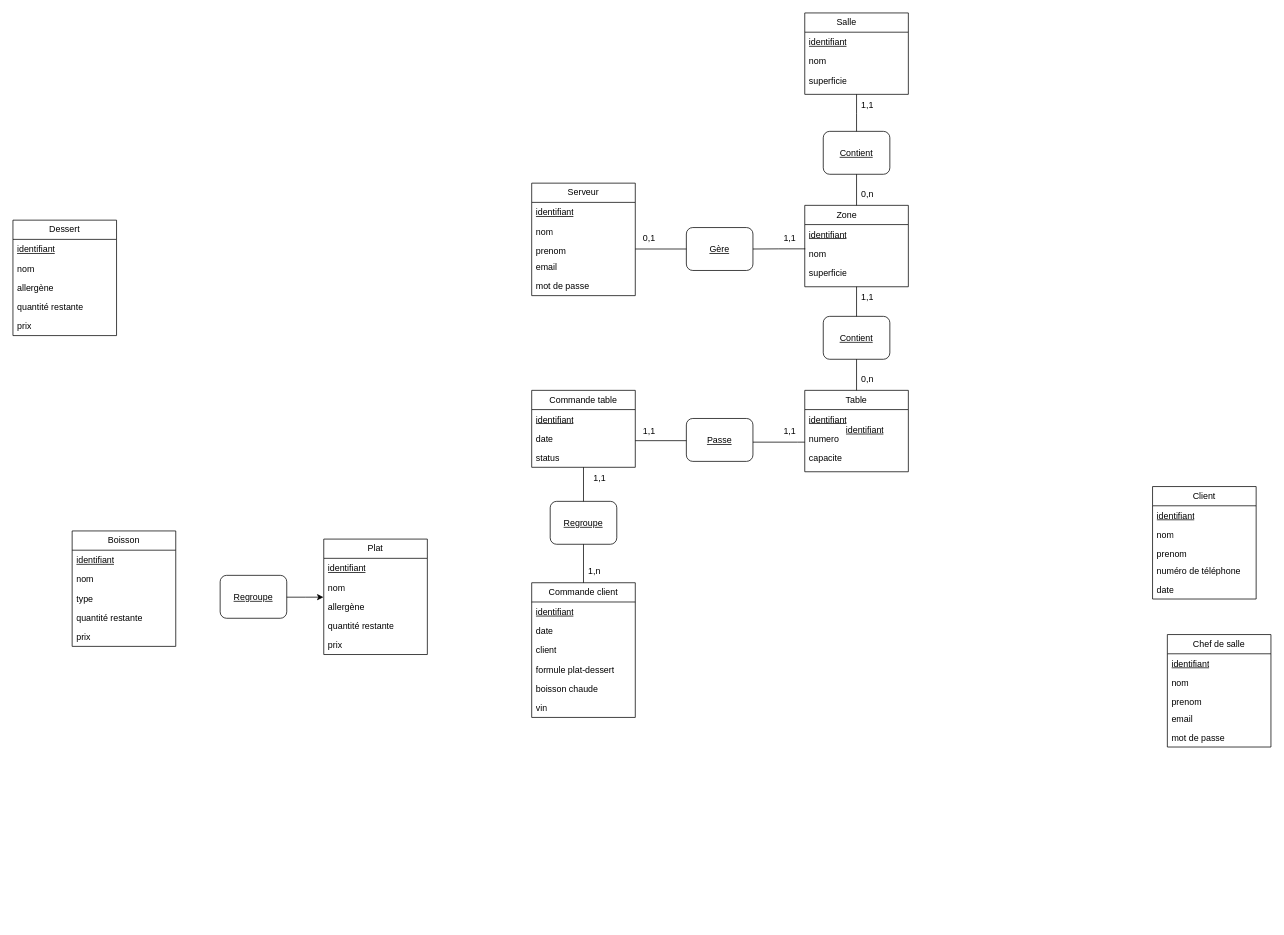
Above: mcd.drawio in yassine-re/architechture-logicielle-restaurant (draw.io), before the change. Source tidied: cells renumbered, new cells numbered last; positions are measured from the earlier drawing's top-left corner, leaving out a move shared by most shapes. Both pictures are drawn from the tidied source at 74%, with x=0, y=0 at pixel (13, 13).
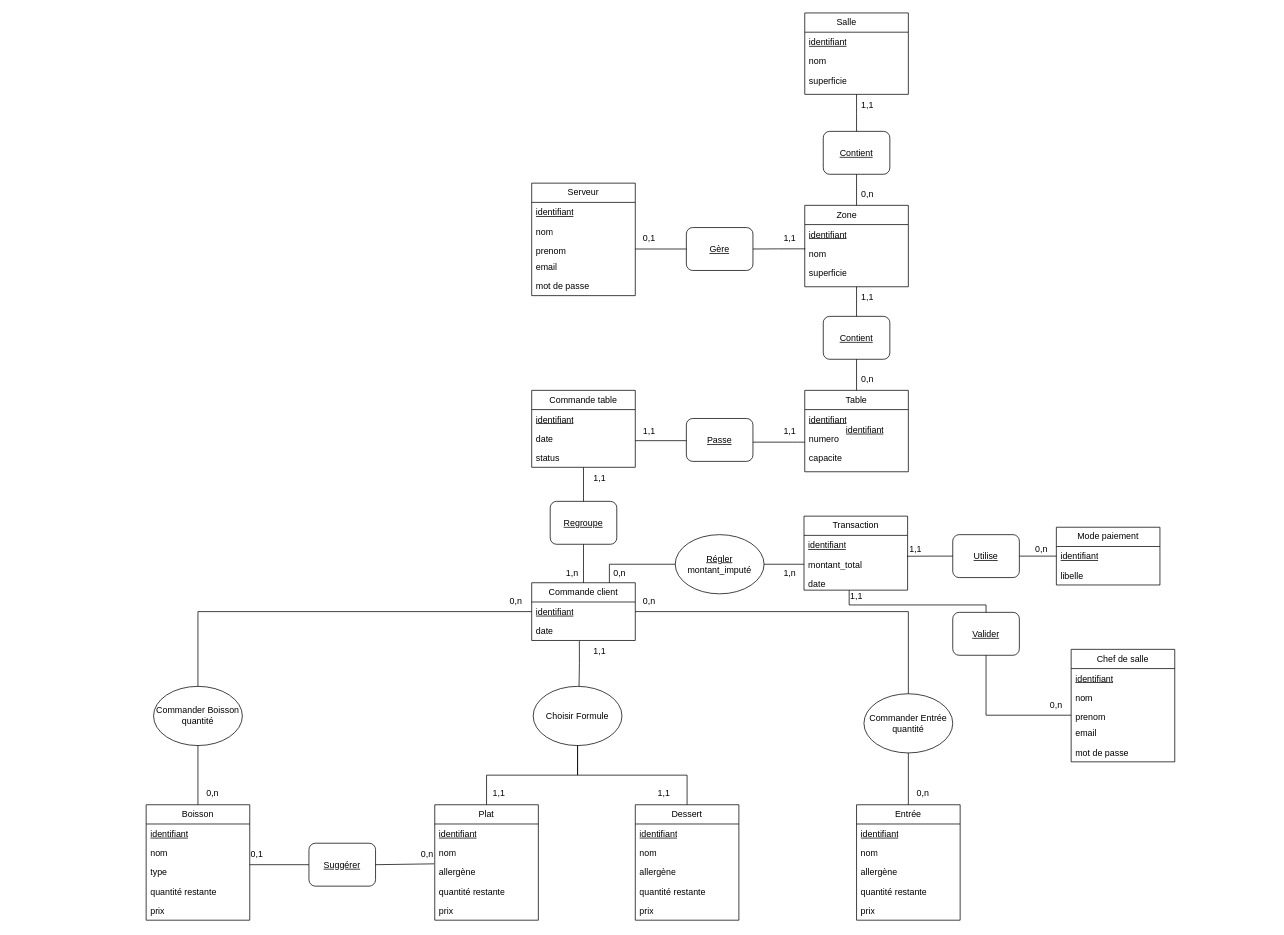
The same page after the edit.

Commit message:
Mettre à jour mcd.drawio

Unchanged cells that the change refers to:
```xml
<mxCell id="23" value="prenom" style="text;strokeColor=none;fillColor=none;align=left;verticalAlign=top;spacingLeft=4;spacingRight=4;overflow=hidden;points=[[0,0.5],[1,0.5]];portConstraint=eastwest;whiteSpace=wrap;html=1;" parent="20" vertex="1">
  <mxGeometry y="78" width="140" height="22" as="geometry" />
</mxCell>
<mxCell id="34" value="&lt;u&gt;identifiant&lt;/u&gt;" style="text;strokeColor=none;fillColor=none;align=left;verticalAlign=top;spacingLeft=4;spacingRight=4;overflow=hidden;points=[[0,0.5],[1,0.5]];portConstraint=eastwest;whiteSpace=wrap;html=1;" parent="33" vertex="1">
  <mxGeometry y="26" width="140" height="26" as="geometry" />
</mxCell>
<mxCell id="35" value="date" style="text;strokeColor=none;fillColor=none;align=left;verticalAlign=top;spacingLeft=4;spacingRight=4;overflow=hidden;points=[[0,0.5],[1,0.5]];portConstraint=eastwest;whiteSpace=wrap;html=1;" parent="33" vertex="1">
  <mxGeometry y="52" width="140" height="26" as="geometry" />
</mxCell>
<mxCell id="47" value="allergène" style="text;strokeColor=none;fillColor=none;align=left;verticalAlign=top;spacingLeft=4;spacingRight=4;overflow=hidden;points=[[0,0.5],[1,0.5]];portConstraint=eastwest;whiteSpace=wrap;html=1;" parent="44" vertex="1">
  <mxGeometry y="78" width="140" height="26" as="geometry" />
</mxCell>
<mxCell id="84" value="type" style="text;strokeColor=none;fillColor=none;align=left;verticalAlign=top;spacingLeft=4;spacingRight=4;overflow=hidden;points=[[0,0.5],[1,0.5]];portConstraint=eastwest;whiteSpace=wrap;html=1;" parent="81" vertex="1">
  <mxGeometry y="78" width="140" height="26" as="geometry" />
</mxCell>
```

Change to the diagram source:
```diff
@@
     <mxCell id="20" value="Chef de salle" style="swimlane;fontStyle=0;horizontal=1;startSize=26;fillColor=none;whiteSpace=wrap;html=1;" parent="1" vertex="1">
-      <mxGeometry x="1560" y="840" width="140" height="152" as="geometry" />
+      <mxGeometry x="1430" y="860" width="140" height="152" as="geometry" />
     </mxCell>
@@
-    <mxCell id="26" value="Client" style="swimlane;fontStyle=0;horizontal=1;startSize=26;fillColor=none;whiteSpace=wrap;html=1;" parent="1" vertex="1">
-      <mxGeometry x="1540" y="640" width="140" height="152" as="geometry" />
+    <mxCell id="26" value="Transaction" style="swimlane;fontStyle=0;horizontal=1;startSize=26;fillColor=none;whiteSpace=wrap;html=1;" parent="1" vertex="1">
+      <mxGeometry x="1069" y="680" width="140" height="100" as="geometry" />
     </mxCell>
@@
-    <mxCell id="28" value="nom" style="text;strokeColor=none;fillColor=none;align=left;verticalAlign=top;spacingLeft=4;spacingRight=4;overflow=hidden;points=[[0,0.5],[1,0.5]];portConstraint=eastwest;whiteSpace=wrap;html=1;" parent="26" vertex="1">
+    <mxCell id="28" value="montant_total" style="text;strokeColor=none;fillColor=none;align=left;verticalAlign=top;spacingLeft=4;spacingRight=4;overflow=hidden;points=[[0,0.5],[1,0.5]];portConstraint=eastwest;whiteSpace=wrap;html=1;" parent="26" vertex="1">
       <mxGeometry y="52" width="140" height="26" as="geometry" />
     </mxCell>
-    <mxCell id="29" value="prenom" style="text;strokeColor=none;fillColor=none;align=left;verticalAlign=top;spacingLeft=4;spacingRight=4;overflow=hidden;points=[[0,0.5],[1,0.5]];portConstraint=eastwest;whiteSpace=wrap;html=1;" parent="26" vertex="1">
+    <mxCell id="29" value="date" style="text;strokeColor=none;fillColor=none;align=left;verticalAlign=top;spacingLeft=4;spacingRight=4;overflow=hidden;points=[[0,0.5],[1,0.5]];portConstraint=eastwest;whiteSpace=wrap;html=1;" parent="26" vertex="1">
       <mxGeometry y="78" width="140" height="22" as="geometry" />
     </mxCell>
-    <mxCell id="30" value="numéro de téléphone" style="text;strokeColor=none;fillColor=none;align=left;verticalAlign=top;spacingLeft=4;spacingRight=4;overflow=hidden;whiteSpace=wrap;html=1;" parent="26" vertex="1">
-      <mxGeometry y="100" width="140" height="26" as="geometry" />
-    </mxCell>
-    <mxCell id="31" value="date" style="text;strokeColor=none;fillColor=none;align=left;verticalAlign=top;spacingLeft=4;spacingRight=4;overflow=hidden;whiteSpace=wrap;html=1;" parent="26" vertex="1">
-      <mxGeometry y="126" width="140" height="26" as="geometry" />
-    </mxCell>
@@
     <mxCell id="33" value="Commande client" style="swimlane;fontStyle=0;horizontal=1;startSize=26;fillColor=none;whiteSpace=wrap;html=1;" parent="1" vertex="1">
-      <mxGeometry x="701" y="770" width="140" height="182" as="geometry" />
+      <mxGeometry x="701" y="770" width="140" height="78" as="geometry" />
     </mxCell>
@@
-    <mxCell id="36" value="client" style="text;strokeColor=none;fillColor=none;align=left;verticalAlign=top;spacingLeft=4;spacingRight=4;overflow=hidden;whiteSpace=wrap;html=1;" parent="33" vertex="1">
-      <mxGeometry y="78" width="140" height="26" as="geometry" />
-    </mxCell>
-    <mxCell id="37" value="formule plat-dessert" style="text;strokeColor=none;fillColor=none;align=left;verticalAlign=top;spacingLeft=4;spacingRight=4;overflow=hidden;whiteSpace=wrap;html=1;" parent="33" vertex="1">
-      <mxGeometry y="104" width="140" height="26" as="geometry" />
-    </mxCell>
-    <mxCell id="38" value="boisson chaude" style="text;strokeColor=none;fillColor=none;align=left;verticalAlign=top;spacingLeft=4;spacingRight=4;overflow=hidden;whiteSpace=wrap;html=1;" parent="33" vertex="1">
-      <mxGeometry y="130" width="140" height="26" as="geometry" />
-    </mxCell>
-    <mxCell id="39" value="vin" style="text;strokeColor=none;fillColor=none;align=left;verticalAlign=top;spacingLeft=4;spacingRight=4;overflow=hidden;whiteSpace=wrap;html=1;" parent="33" vertex="1">
-      <mxGeometry y="156" width="140" height="26" as="geometry" />
-    </mxCell>
@@
     <mxCell id="44" value="Plat" style="swimlane;fontStyle=0;horizontal=1;startSize=26;fillColor=none;whiteSpace=wrap;html=1;" parent="1" vertex="1">
-      <mxGeometry x="420" y="711" width="140" height="156" as="geometry" />
+      <mxGeometry x="570" y="1070" width="140" height="156" as="geometry" />
     </mxCell>
@@
     <mxCell id="50" value="Dessert" style="swimlane;fontStyle=0;horizontal=1;startSize=26;fillColor=none;whiteSpace=wrap;html=1;" parent="1" vertex="1">
-      <mxGeometry y="280" width="140" height="156" as="geometry" />
+      <mxGeometry x="841" y="1070" width="140" height="156" as="geometry" />
     </mxCell>
@@
     <mxCell id="78" value="1,n" style="text;html=1;whiteSpace=wrap;strokeColor=none;fillColor=none;align=center;verticalAlign=middle;rounded=0;" parent="1" vertex="1">
-      <mxGeometry x="756" y="740" width="60" height="30" as="geometry" />
+      <mxGeometry x="726" y="742" width="60" height="30" as="geometry" />
     </mxCell>
@@
+    <mxCell id="89" style="edgeStyle=orthogonalEdgeStyle;rounded=0;jettySize=auto;html=1;entryX=0.5;entryY=1;entryDx=0;entryDy=0;endArrow=none;endFill=0;" parent="1" edge="1" source="81" target="110">
+      <mxGeometry relative="1" as="geometry" />
+    </mxCell>
     <mxCell id="81" value="Boisson" style="swimlane;fontStyle=0;horizontal=1;startSize=26;fillColor=none;whiteSpace=wrap;html=1;" parent="1" vertex="1">
-      <mxGeometry x="80" y="700" width="140" height="156" as="geometry" />
+      <mxGeometry x="180" y="1070" width="140" height="156" as="geometry" />
     </mxCell>
@@
+    <mxCell id="88" value="&lt;div style=&quot;line-height: 0%;&quot;&gt;&lt;font&gt;&lt;u style=&quot;line-height: 200%;&quot;&gt;Suggérer&lt;/u&gt;&lt;/font&gt;&lt;/div&gt;" style="rounded=1;whiteSpace=wrap;html=1;fillColor=none;align=center;" parent="1" vertex="1">
+      <mxGeometry x="400" y="1122" width="90" height="58" as="geometry" />
+    </mxCell>
+    <mxCell id="90" style="edgeStyle=orthogonalEdgeStyle;rounded=0;jettySize=auto;html=1;entryX=0;entryY=0.5;entryDx=0;entryDy=0;endArrow=none;endFill=0;" parent="1" edge="1" source="84" target="88">
+      <mxGeometry relative="1" as="geometry">
+        <Array as="points">
+          <mxPoint x="400" y="1150" />
+        </Array>
+      </mxGeometry>
+    </mxCell>
+    <mxCell id="91" value="0,1" style="text;html=1;whiteSpace=wrap;strokeColor=none;fillColor=none;align=center;verticalAlign=middle;rounded=0;" parent="1" vertex="1">
+      <mxGeometry x="300" y="1122" width="60" height="30" as="geometry" />
+    </mxCell>
+    <mxCell id="92" value="0,n" style="text;html=1;whiteSpace=wrap;strokeColor=none;fillColor=none;align=center;verticalAlign=middle;rounded=0;" parent="1" vertex="1">
+      <mxGeometry x="530" y="1122" width="60" height="30" as="geometry" />
+    </mxCell>
+    <mxCell id="93" style="edgeStyle=orthogonalEdgeStyle;rounded=0;jettySize=auto;html=1;entryX=0.46;entryY=1.031;entryDx=0;entryDy=0;entryPerimeter=0;endArrow=none;endFill=0;" parent="1" edge="1" target="35">
+      <mxGeometry relative="1" as="geometry">
+        <mxPoint x="765" y="910" as="sourcePoint" />
+      </mxGeometry>
+    </mxCell>
-    <mxCell id="87" style="edgeStyle=orthogonalEdgeStyle;rounded=0;jettySize=auto;html=1;entryX=-0.003;entryY=0.018;entryDx=0;entryDy=0;entryPerimeter=0;" parent="1" edge="1" source="88" target="47">
-      <mxGeometry relative="1" as="geometry">
-        <Array as="points">
-          <mxPoint x="395" y="789" />
-        </Array>
-      </mxGeometry>
+    <mxCell id="87" style="edgeStyle=none;jettySize=auto;html=1;rounded=0;exitX=1;exitY=0.5;exitDx=0;exitDy=0;entryX=-0.005;entryY=0.071;entryDx=0;entryDy=0;entryPerimeter=0;endArrow=none;endFill=0;" parent="1" edge="1" source="88" target="47">
+      <mxGeometry relative="1" as="geometry" />
     </mxCell>
-    <mxCell id="88" value="&lt;div style=&quot;line-height: 0%;&quot;&gt;&lt;font&gt;&lt;u style=&quot;line-height: 200%;&quot;&gt;Regroupe&lt;/u&gt;&lt;/font&gt;&lt;/div&gt;" style="rounded=1;whiteSpace=wrap;html=1;fillColor=none;align=center;" parent="1" vertex="1">
-      <mxGeometry x="280" y="760" width="90" height="58" as="geometry" />
-    </mxCell>
+    <mxCell id="94" value="1,1" style="text;html=1;whiteSpace=wrap;strokeColor=none;fillColor=none;align=center;verticalAlign=middle;rounded=0;" parent="1" vertex="1">
+      <mxGeometry x="627" y="1040" width="60" height="30" as="geometry" />
+    </mxCell>
+    <mxCell id="95" value="1,1" style="text;html=1;whiteSpace=wrap;strokeColor=none;fillColor=none;align=center;verticalAlign=middle;rounded=0;" parent="1" vertex="1">
+      <mxGeometry x="850" y="1040" width="60" height="30" as="geometry" />
+    </mxCell>
+    <mxCell id="96" value="1,1" style="text;html=1;whiteSpace=wrap;strokeColor=none;fillColor=none;align=center;verticalAlign=middle;rounded=0;" parent="1" vertex="1">
+      <mxGeometry x="763" y="848" width="60" height="30" as="geometry" />
+    </mxCell>
+    <mxCell id="97" style="edgeStyle=orthogonalEdgeStyle;rounded=0;jettySize=auto;html=1;entryX=0.5;entryY=0;entryDx=0;entryDy=0;endArrow=none;endFill=0;" parent="1" edge="1" source="99" target="44">
+      <mxGeometry relative="1" as="geometry" />
+    </mxCell>
+    <mxCell id="98" style="edgeStyle=orthogonalEdgeStyle;rounded=0;jettySize=auto;html=1;entryX=0.5;entryY=0;entryDx=0;entryDy=0;exitX=0.5;exitY=1;exitDx=0;exitDy=0;endArrow=none;endFill=0;" parent="1" edge="1" source="99" target="50">
+      <mxGeometry relative="1" as="geometry" />
+    </mxCell>
+    <mxCell id="99" value="Choisir Formule" style="ellipse;whiteSpace=wrap;html=1;fillColor=none;" parent="1" vertex="1">
+      <mxGeometry x="703" y="910" width="120" height="80" as="geometry" />
+    </mxCell>
+    <mxCell id="100" style="edgeStyle=orthogonalEdgeStyle;rounded=0;jettySize=auto;html=1;entryX=0.5;entryY=1;entryDx=0;entryDy=0;endArrow=none;endFill=0;" parent="1" edge="1" source="101" target="108">
+      <mxGeometry relative="1" as="geometry" />
+    </mxCell>
+    <mxCell id="101" value="Entrée" style="swimlane;fontStyle=0;horizontal=1;startSize=26;fillColor=none;whiteSpace=wrap;html=1;" parent="1" vertex="1">
+      <mxGeometry x="1140" y="1070" width="140" height="156" as="geometry" />
+    </mxCell>
+    <mxCell id="102" value="&lt;u&gt;identifiant&lt;/u&gt;" style="text;strokeColor=none;fillColor=none;align=left;verticalAlign=top;spacingLeft=4;spacingRight=4;overflow=hidden;whiteSpace=wrap;html=1;" parent="101" vertex="1">
+      <mxGeometry y="26" width="140" height="26" as="geometry" />
+    </mxCell>
+    <mxCell id="103" value="nom" style="text;strokeColor=none;fillColor=none;align=left;verticalAlign=top;spacingLeft=4;spacingRight=4;overflow=hidden;whiteSpace=wrap;html=1;" parent="101" vertex="1">
+      <mxGeometry y="52" width="140" height="26" as="geometry" />
+    </mxCell>
+    <mxCell id="104" value="allergène" style="text;strokeColor=none;fillColor=none;align=left;verticalAlign=top;spacingLeft=4;spacingRight=4;overflow=hidden;whiteSpace=wrap;html=1;" parent="101" vertex="1">
+      <mxGeometry y="78" width="140" height="26" as="geometry" />
+    </mxCell>
+    <mxCell id="105" value="quantité restante" style="text;strokeColor=none;fillColor=none;align=left;verticalAlign=top;spacingLeft=4;spacingRight=4;overflow=hidden;whiteSpace=wrap;html=1;" parent="101" vertex="1">
+      <mxGeometry y="104" width="140" height="26" as="geometry" />
+    </mxCell>
+    <mxCell id="106" value="prix" style="text;strokeColor=none;fillColor=none;align=left;verticalAlign=top;spacingLeft=4;spacingRight=4;overflow=hidden;whiteSpace=wrap;html=1;" parent="101" vertex="1">
+      <mxGeometry y="130" width="140" height="26" as="geometry" />
+    </mxCell>
+    <mxCell id="107" style="edgeStyle=orthogonalEdgeStyle;rounded=0;jettySize=auto;html=1;entryX=1;entryY=0.5;entryDx=0;entryDy=0;endArrow=none;endFill=0;" parent="1" edge="1" source="108" target="34">
+      <mxGeometry relative="1" as="geometry" />
+    </mxCell>
+    <mxCell id="108" value="Commander Entrée&lt;div&gt;quantité&lt;/div&gt;" style="ellipse;whiteSpace=wrap;html=1;fillColor=none;" parent="1" vertex="1">
+      <mxGeometry x="1150" y="920" width="120" height="80" as="geometry" />
+    </mxCell>
+    <mxCell id="109" style="edgeStyle=orthogonalEdgeStyle;rounded=0;jettySize=auto;html=1;entryX=0;entryY=0.5;entryDx=0;entryDy=0;endArrow=none;endFill=0;" parent="1" edge="1" source="110" target="34">
+      <mxGeometry relative="1" as="geometry" />
+    </mxCell>
+    <mxCell id="110" value="Commander Boisson&lt;br&gt;quantité" style="ellipse;whiteSpace=wrap;html=1;fillColor=none;" parent="1" vertex="1">
+      <mxGeometry x="190" y="910" width="120" height="80" as="geometry" />
+    </mxCell>
+    <mxCell id="111" value="0,n" style="text;html=1;whiteSpace=wrap;strokeColor=none;fillColor=none;align=center;verticalAlign=middle;rounded=0;" parent="1" vertex="1">
+      <mxGeometry x="650" y="780" width="60" height="30" as="geometry" />
+    </mxCell>
+    <mxCell id="112" value="0,n" style="text;html=1;whiteSpace=wrap;strokeColor=none;fillColor=none;align=center;verticalAlign=middle;rounded=0;" parent="1" vertex="1">
+      <mxGeometry x="240" y="1040" width="60" height="30" as="geometry" />
+    </mxCell>
+    <mxCell id="113" value="0,n" style="text;html=1;whiteSpace=wrap;strokeColor=none;fillColor=none;align=center;verticalAlign=middle;rounded=0;" parent="1" vertex="1">
+      <mxGeometry x="830" y="780" width="60" height="30" as="geometry" />
+    </mxCell>
+    <mxCell id="114" value="0,n" style="text;html=1;whiteSpace=wrap;strokeColor=none;fillColor=none;align=center;verticalAlign=middle;rounded=0;" parent="1" vertex="1">
+      <mxGeometry x="1200" y="1040" width="60" height="30" as="geometry" />
+    </mxCell>
+    <mxCell id="115" style="edgeStyle=orthogonalEdgeStyle;rounded=0;jettySize=auto;html=1;entryX=1;entryY=0.5;entryDx=0;entryDy=0;endArrow=none;endFill=0;" parent="1" edge="1" source="116" target="124">
+      <mxGeometry relative="1" as="geometry" />
+    </mxCell>
+    <mxCell id="116" value="Mode paiement" style="swimlane;fontStyle=0;horizontal=1;startSize=26;fillColor=none;whiteSpace=wrap;html=1;" parent="1" vertex="1">
+      <mxGeometry x="1410" y="695" width="140" height="78" as="geometry" />
+    </mxCell>
+    <mxCell id="117" value="&lt;u&gt;identifiant&lt;/u&gt;" style="text;strokeColor=none;fillColor=none;align=left;verticalAlign=top;spacingLeft=4;spacingRight=4;overflow=hidden;whiteSpace=wrap;html=1;" parent="116" vertex="1">
+      <mxGeometry y="26" width="140" height="26" as="geometry" />
+    </mxCell>
+    <mxCell id="118" value="libelle" style="text;strokeColor=none;fillColor=none;align=left;verticalAlign=top;spacingLeft=4;spacingRight=4;overflow=hidden;whiteSpace=wrap;html=1;" parent="116" vertex="1">
+      <mxGeometry y="52" width="140" height="26" as="geometry" />
+    </mxCell>
+    <mxCell id="119" style="edgeStyle=orthogonalEdgeStyle;rounded=0;jettySize=auto;html=1;entryX=0.75;entryY=0;entryDx=0;entryDy=0;endArrow=none;endFill=0;" parent="1" edge="1" source="120" target="33">
+      <mxGeometry relative="1" as="geometry" />
+    </mxCell>
+    <mxCell id="120" value="&lt;u&gt;Régler&lt;/u&gt;&lt;div&gt;montant_imputé&lt;/div&gt;" style="ellipse;whiteSpace=wrap;html=1;fillColor=none;" parent="1" vertex="1">
+      <mxGeometry x="895" y="705" width="120" height="80" as="geometry" />
+    </mxCell>
+    <mxCell id="121" style="edgeStyle=orthogonalEdgeStyle;rounded=0;jettySize=auto;html=1;entryX=1;entryY=0.5;entryDx=0;entryDy=0;endArrow=none;endFill=0;" parent="1" edge="1" source="28" target="120">
+      <mxGeometry relative="1" as="geometry" />
+    </mxCell>
+    <mxCell id="122" value="0,n" style="text;html=1;whiteSpace=wrap;strokeColor=none;fillColor=none;align=center;verticalAlign=middle;rounded=0;" parent="1" vertex="1">
+      <mxGeometry x="790" y="742" width="60" height="30" as="geometry" />
+    </mxCell>
+    <mxCell id="123" value="1,n" style="text;html=1;whiteSpace=wrap;strokeColor=none;fillColor=none;align=center;verticalAlign=middle;rounded=0;" parent="1" vertex="1">
+      <mxGeometry x="1020" y="742" width="60" height="30" as="geometry" />
+    </mxCell>
+    <mxCell id="124" value="&lt;div style=&quot;line-height: 0%;&quot;&gt;&lt;font&gt;&lt;u style=&quot;line-height: 200%;&quot;&gt;Utilise&lt;/u&gt;&lt;/font&gt;&lt;/div&gt;" style="rounded=1;whiteSpace=wrap;html=1;fillColor=none;align=center;" parent="1" vertex="1">
+      <mxGeometry x="1270" y="705" width="90" height="58" as="geometry" />
+    </mxCell>
+    <mxCell id="125" style="edgeStyle=orthogonalEdgeStyle;rounded=0;jettySize=auto;html=1;entryX=0.994;entryY=0.085;entryDx=0;entryDy=0;entryPerimeter=0;endArrow=none;endFill=0;" parent="1" edge="1" source="124" target="28">
+      <mxGeometry relative="1" as="geometry" />
+    </mxCell>
+    <mxCell id="126" value="1,1" style="text;html=1;whiteSpace=wrap;strokeColor=none;fillColor=none;align=center;verticalAlign=middle;rounded=0;" parent="1" vertex="1">
+      <mxGeometry x="1190" y="710" width="60" height="30" as="geometry" />
+    </mxCell>
+    <mxCell id="127" value="0,n" style="text;html=1;whiteSpace=wrap;strokeColor=none;fillColor=none;align=center;verticalAlign=middle;rounded=0;" parent="1" vertex="1">
+      <mxGeometry x="1360" y="710" width="60" height="30" as="geometry" />
+    </mxCell>
+    <mxCell id="128" value="&lt;div style=&quot;line-height: 0%;&quot;&gt;&lt;font&gt;&lt;u style=&quot;line-height: 200%;&quot;&gt;Valider&lt;/u&gt;&lt;/font&gt;&lt;/div&gt;" style="rounded=1;whiteSpace=wrap;html=1;fillColor=none;align=center;" parent="1" vertex="1">
+      <mxGeometry x="1270" y="810" width="90" height="58" as="geometry" />
+    </mxCell>
+    <mxCell id="129" style="edgeStyle=orthogonalEdgeStyle;rounded=0;jettySize=auto;html=1;entryX=0.5;entryY=1;entryDx=0;entryDy=0;endArrow=none;endFill=0;" parent="1" edge="1" source="23" target="128">
+      <mxGeometry relative="1" as="geometry" />
+    </mxCell>
+    <mxCell id="130" style="edgeStyle=orthogonalEdgeStyle;rounded=0;jettySize=auto;html=1;entryX=0.436;entryY=1;entryDx=0;entryDy=0;entryPerimeter=0;endArrow=none;endFill=0;" parent="1" edge="1" source="128" target="29">
+      <mxGeometry relative="1" as="geometry">
+        <Array as="points">
+          <mxPoint x="1315" y="800" />
+          <mxPoint x="1130" y="800" />
+        </Array>
+      </mxGeometry>
+    </mxCell>
+    <mxCell id="131" value="1,1" style="text;html=1;whiteSpace=wrap;strokeColor=none;fillColor=none;align=center;verticalAlign=middle;rounded=0;" parent="1" vertex="1">
+      <mxGeometry x="1110" y="773" width="60" height="30" as="geometry" />
+    </mxCell>
+    <mxCell id="132" value="0,n" style="text;html=1;whiteSpace=wrap;strokeColor=none;fillColor=none;align=center;verticalAlign=middle;rounded=0;" parent="1" vertex="1">
+      <mxGeometry x="1380" y="921" width="60" height="30" as="geometry" />
+    </mxCell>
```
